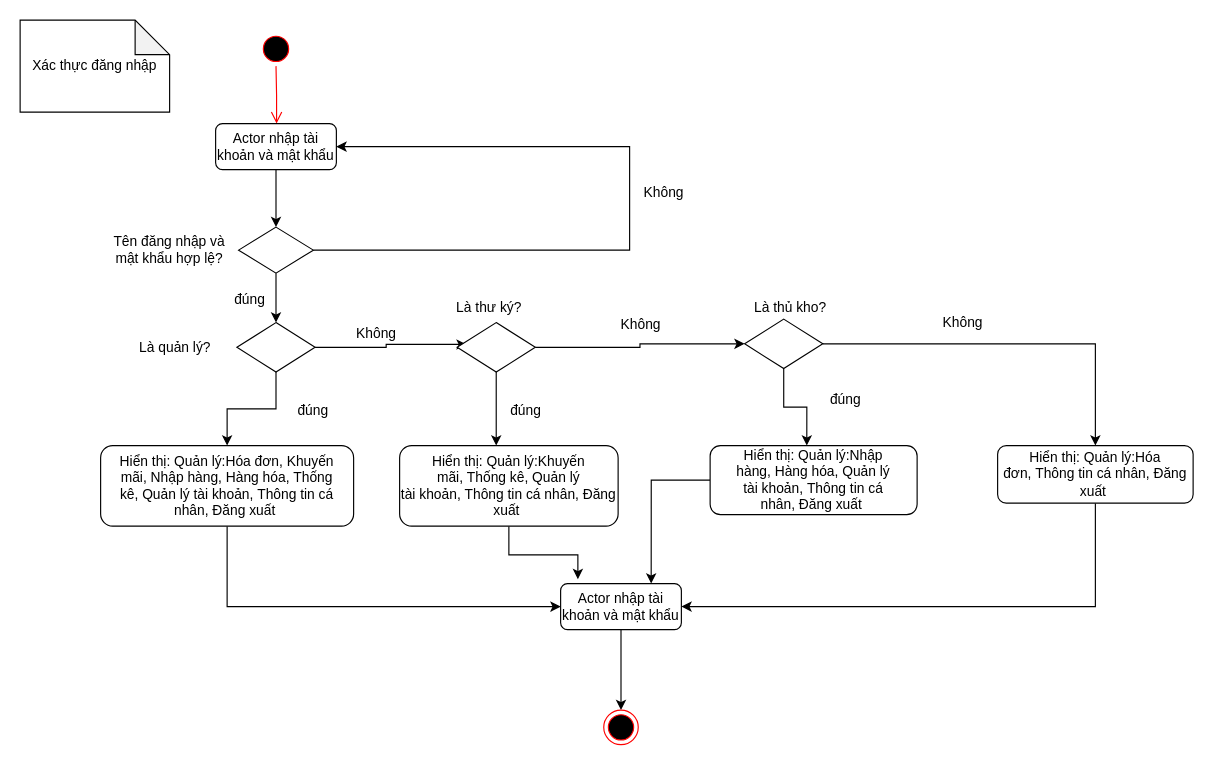
Earlier version of the draw.io diagram Diagram/Activity/DangNhap.drawio (TccKaiCi/PTTK_CuaHangGiay). Source tidied: cells renumbered, new cells numbered last; positions are measured from the earlier drawing's top-left corner, leaving out a move shared by most shapes. Both pictures are drawn from the tidied source at 115%, with x=0, y=0 at pixel (20, 20).
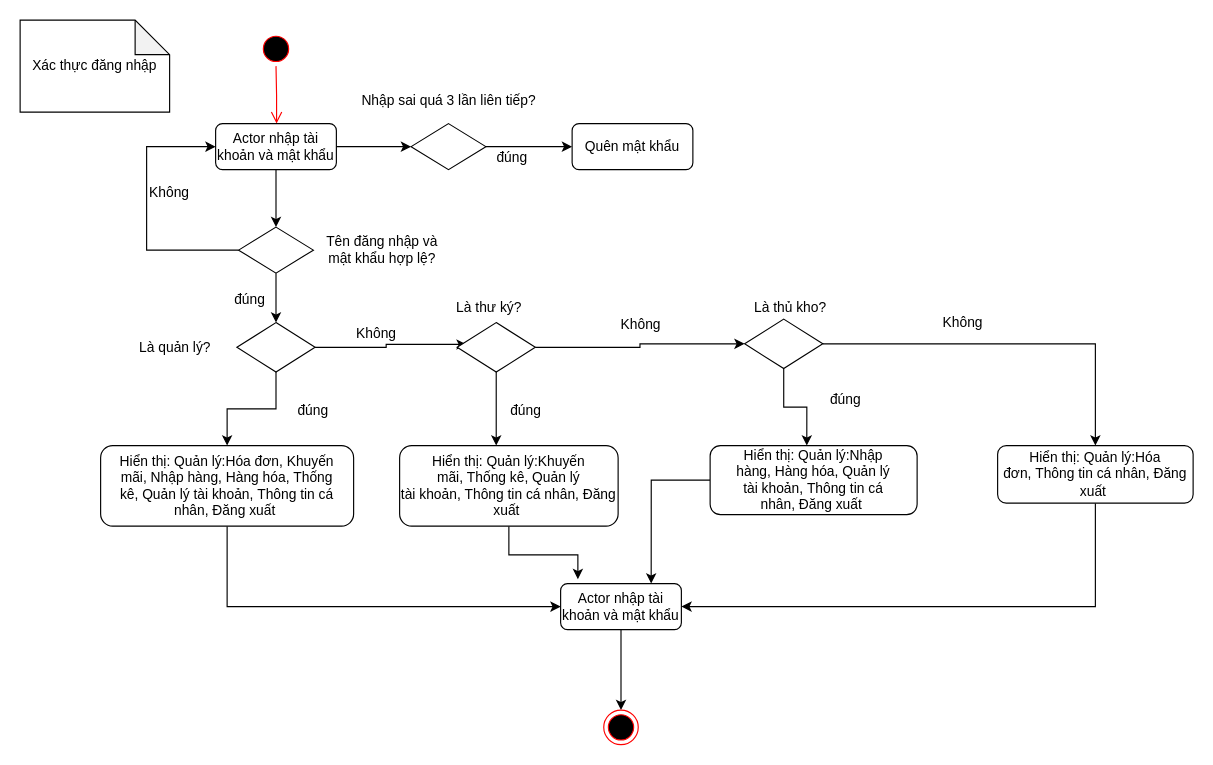
The same diagram, later.

Unchanged cells that the change refers to:
```xml
<mxCell id="6" value="Actor nhập tài khoản và mật khẩu" style="rounded=1;whiteSpace=wrap;html=1;" parent="1" vertex="1">
  <mxGeometry x="170" y="90" width="105" height="40" as="geometry" />
</mxCell>
<mxCell id="9" style="rhombus;whiteSpace=wrap;html=1;" parent="1" vertex="1">
  <mxGeometry x="190" y="180" width="65" height="40" as="geometry" />
</mxCell>
<mxCell id="14" style="rhombus;whiteSpace=wrap;html=1;" parent="1" vertex="1">
  <mxGeometry x="188.5" y="263" width="68" height="43" as="geometry" />
</mxCell>
```

Change to the diagram source:
```diff
@@
+    <mxCell id="42" style="edgeStyle=orthogonalEdgeStyle;rounded=0;jettySize=auto;html=1;" parent="1" edge="1" source="6" target="45">
+      <mxGeometry relative="1" as="geometry" />
+    </mxCell>
@@
+    <mxCell id="8" style="edgeStyle=orthogonalEdgeStyle;rounded=0;jettySize=auto;html=1;" parent="1" edge="1" source="9" target="14">
+      <mxGeometry relative="1" as="geometry" />
+    </mxCell>
-    <mxCell id="7" style="edgeStyle=orthogonalEdgeStyle;rounded=0;jettySize=auto;html=1;entryX=1;entryY=0.5;entryDx=0;entryDy=0;" parent="1" edge="1" source="9" target="6">
+    <mxCell id="7" style="edgeStyle=orthogonalEdgeStyle;rounded=0;jettySize=auto;html=1;entryX=0;entryY=0.5;entryDx=0;entryDy=0;" parent="1" edge="1" source="9" target="6">
       <mxGeometry relative="1" as="geometry">
         <Array as="points">
-          <mxPoint x="530" y="200" />
-          <mxPoint x="530" y="110" />
+          <mxPoint x="110" y="200" />
+          <mxPoint x="110" y="110" />
         </Array>
       </mxGeometry>
     </mxCell>
-    <mxCell id="8" style="edgeStyle=orthogonalEdgeStyle;rounded=0;jettySize=auto;html=1;" parent="1" edge="1" source="9" target="14">
-      <mxGeometry relative="1" as="geometry" />
-    </mxCell>
@@
     <mxCell id="10" value="Tên đăng nhập và mật khẩu hợp lệ?" style="text;html=1;strokeColor=none;fillColor=none;align=center;verticalAlign=middle;whiteSpace=wrap;rounded=0;" parent="1" vertex="1">
-      <mxGeometry x="70" y="190" width="120" height="20" as="geometry" />
+      <mxGeometry x="255" y="190" width="120" height="20" as="geometry" />
     </mxCell>
     <mxCell id="11" value="Không" style="text;html=1;strokeColor=none;fillColor=none;align=center;verticalAlign=middle;whiteSpace=wrap;rounded=0;" parent="1" vertex="1">
-      <mxGeometry x="540" y="140" width="40" height="20" as="geometry" />
+      <mxGeometry x="110" y="140" width="40" height="20" as="geometry" />
     </mxCell>
@@
+    <mxCell id="43" value="Quên mật khẩu" style="rounded=1;whiteSpace=wrap;html=1;" parent="1" vertex="1">
+      <mxGeometry x="480" y="90" width="105" height="40" as="geometry" />
+    </mxCell>
+    <mxCell id="44" style="edgeStyle=orthogonalEdgeStyle;rounded=0;jettySize=auto;html=1;" parent="1" edge="1" source="45" target="43">
+      <mxGeometry relative="1" as="geometry" />
+    </mxCell>
+    <mxCell id="45" style="rhombus;whiteSpace=wrap;html=1;" parent="1" vertex="1">
+      <mxGeometry x="340" y="90" width="65" height="40" as="geometry" />
+    </mxCell>
+    <mxCell id="46" value="Nhập sai quá 3 lần liên tiếp?" style="text;html=1;strokeColor=none;fillColor=none;align=center;verticalAlign=middle;whiteSpace=wrap;rounded=0;" parent="1" vertex="1">
+      <mxGeometry x="288.8" y="60" width="167.5" height="20" as="geometry" />
+    </mxCell>
+    <mxCell id="47" value="đúng" style="text;html=1;strokeColor=none;fillColor=none;align=center;verticalAlign=middle;whiteSpace=wrap;rounded=0;" parent="1" vertex="1">
+      <mxGeometry x="408" y="110" width="40" height="20" as="geometry" />
+    </mxCell>
```
